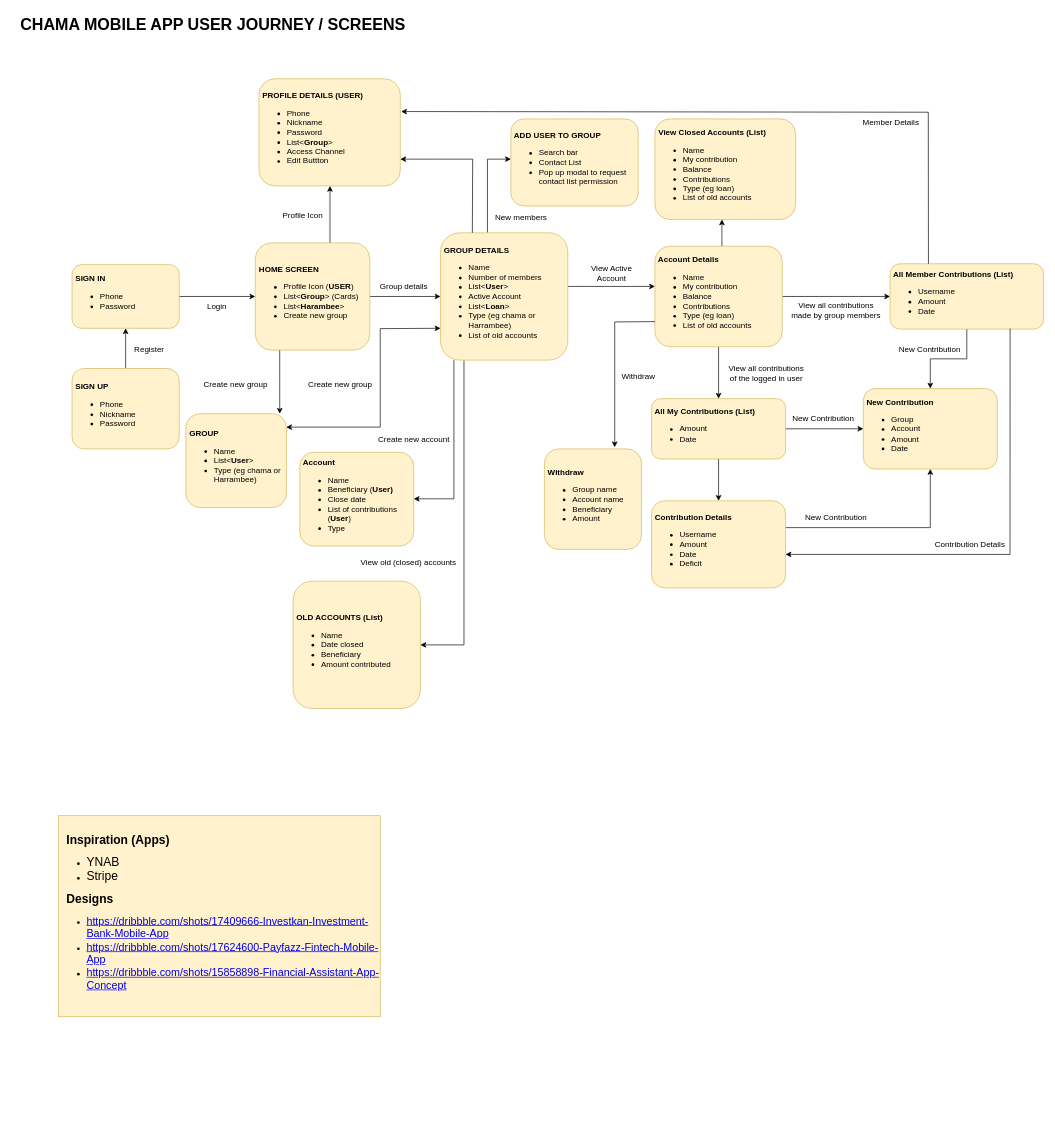
The draw.io diagram chama-design.drawio in kotikoB/kotikoB, before the edit. Source tidied: cells renumbered, new cells numbered last; positions are measured from the earlier drawing's top-left corner, leaving out a move shared by most shapes. Both pictures are drawn from the tidied source at 67%, with x=0, y=0 at pixel (11, 11).
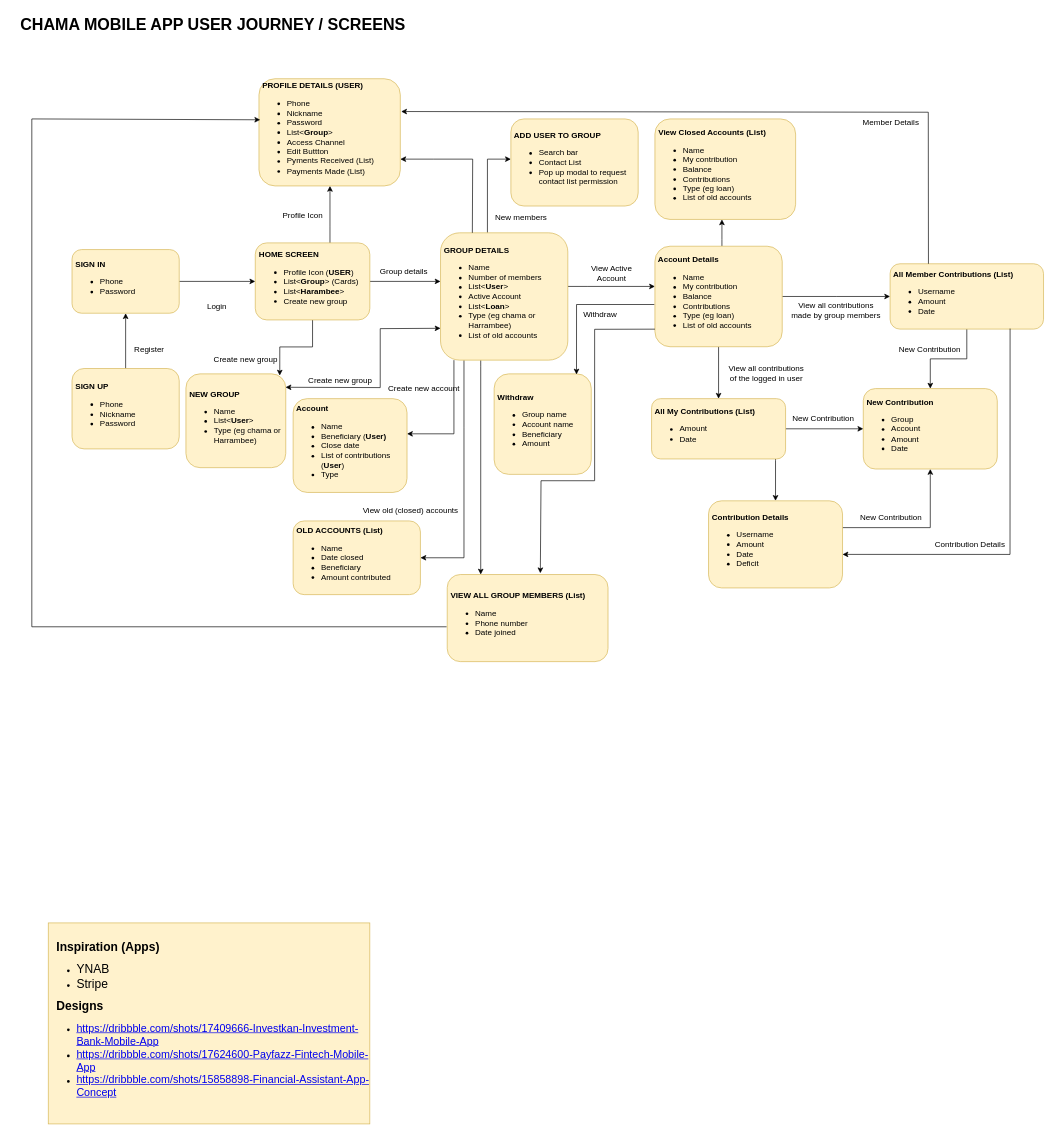
The same diagram, later.

Unchanged cells that the change refers to:
```xml
<mxCell id="15" value="&lt;b&gt;&lt;span style=&quot;white-space: pre;&quot;&gt; &lt;/span&gt;GROUP DETAILS&lt;/b&gt;&lt;br&gt;&lt;ul&gt;&lt;li&gt;Name&lt;br&gt;&lt;/li&gt;&lt;li&gt;Number of members&lt;/li&gt;&lt;li&gt;List&amp;lt;&lt;b&gt;User&lt;/b&gt;&amp;gt;&amp;nbsp;&lt;br&gt;&lt;/li&gt;&lt;li&gt;Active Account&lt;br&gt;&lt;/li&gt;&lt;li&gt;List&amp;lt;&lt;b&gt;Loan&lt;/b&gt;&amp;gt;&lt;br&gt;&lt;/li&gt;&lt;li&gt;Type (eg chama or Harrambee)&lt;br&gt;&lt;/li&gt;&lt;li&gt;List of old accounts&lt;/li&gt;&lt;/ul&gt;" style="whiteSpace=wrap;html=1;align=left;rounded=1;fillColor=#fff2cc;strokeColor=#d6b656;" parent="1" vertex="1">
  <mxGeometry x="640" y="330" width="190" height="190" as="geometry" />
</mxCell>
<mxCell id="30" value="&lt;b&gt;&lt;span style=&quot;white-space: pre;&quot;&gt; Account Details&lt;/span&gt;&lt;/b&gt;&lt;br&gt;&lt;ul&gt;&lt;li&gt;Name&lt;br&gt;&lt;/li&gt;&lt;li&gt;My contribution&lt;/li&gt;&lt;li&gt;Balance&lt;/li&gt;&lt;li&gt;Contributions&amp;nbsp;&lt;/li&gt;&lt;li&gt;Type (eg loan)&lt;br&gt;&lt;/li&gt;&lt;li&gt;List of old accounts&lt;/li&gt;&lt;/ul&gt;" style="whiteSpace=wrap;html=1;align=left;rounded=1;fillColor=#fff2cc;strokeColor=#d6b656;" parent="1" vertex="1">
  <mxGeometry x="960" y="350" width="190" height="150" as="geometry" />
</mxCell>
<mxCell id="38" value="&lt;span style=&quot;&quot;&gt;&lt;b&gt; &lt;span style=&quot;white-space: pre;&quot;&gt; &lt;/span&gt;All My Contributions (List)&lt;br&gt;&lt;/b&gt;&lt;/span&gt;&lt;ul&gt;&lt;li&gt;Amount&lt;/li&gt;&lt;li&gt;Date&lt;/li&gt;&lt;/ul&gt;" style="whiteSpace=wrap;html=1;align=left;rounded=1;fillColor=#fff2cc;strokeColor=#d6b656;" parent="1" vertex="1">
  <mxGeometry x="955" y="577.5" width="200" height="90" as="geometry" />
</mxCell>
```

The edit, as a diff of the source:
```diff
@@
     <mxCell id="4" value="&lt;blockquote style=&quot;margin: 0 0 0 40px; border: none; padding: 0px;&quot;&gt;&lt;/blockquote&gt;&lt;blockquote style=&quot;margin: 0 0 0 40px; border: none; padding: 0px;&quot;&gt;&lt;/blockquote&gt;&lt;b&gt;&lt;span style=&quot;white-space: pre;&quot;&gt; SIGN IN&lt;/span&gt;&lt;br&gt;&lt;/b&gt;&lt;ul&gt;&lt;li&gt;Phone&lt;br&gt;&lt;/li&gt;&lt;li&gt;Password&lt;/li&gt;&lt;/ul&gt;&lt;blockquote style=&quot;margin: 0 0 0 40px; border: none; padding: 0px;&quot;&gt;&lt;/blockquote&gt;&lt;blockquote style=&quot;margin: 0 0 0 40px; border: none; padding: 0px;&quot;&gt;&lt;/blockquote&gt;&lt;blockquote style=&quot;margin: 0 0 0 40px; border: none; padding: 0px;&quot;&gt;&lt;/blockquote&gt;&lt;blockquote style=&quot;margin: 0 0 0 40px; border: none; padding: 0px;&quot;&gt;&lt;/blockquote&gt;" style="rounded=1;whiteSpace=wrap;html=1;align=left;fillColor=#fff2cc;strokeColor=#d6b656;" parent="1" vertex="1">
-      <mxGeometry x="90" y="377.5" width="160" height="95" as="geometry" />
+      <mxGeometry x="90" y="355" width="160" height="95" as="geometry" />
     </mxCell>
     <mxCell id="5" style="edgeStyle=orthogonalEdgeStyle;rounded=0;jettySize=auto;html=1;fontSize=18;" parent="1" edge="1" source="8" target="15">
-      <mxGeometry relative="1" as="geometry" />
+      <mxGeometry relative="1" as="geometry">
+        <Array as="points">
+          <mxPoint x="640" y="410" />
+          <mxPoint x="640" y="410" />
+        </Array>
+      </mxGeometry>
     </mxCell>
-    <mxCell id="6" style="edgeStyle=orthogonalEdgeStyle;rounded=0;jettySize=auto;html=1;fontSize=18;" parent="1" edge="1" source="8" target="17">
-      <mxGeometry relative="1" as="geometry">
-        <Array as="points">
-          <mxPoint x="400" y="550" />
-          <mxPoint x="400" y="550" />
-        </Array>
-      </mxGeometry>
+    <mxCell id="6" style="edgeStyle=orthogonalEdgeStyle;rounded=0;jettySize=auto;html=1;fontSize=18;entryX=0.94;entryY=0.018;entryDx=0;entryDy=0;entryPerimeter=0;" parent="1" edge="1" source="8" target="17">
+      <mxGeometry relative="1" as="geometry" />
     </mxCell>
@@
     <mxCell id="8" value="&lt;b&gt;&lt;span style=&quot;white-space: pre;&quot;&gt; &lt;/span&gt;HOME SCREEN&lt;/b&gt;&lt;br&gt;&lt;ul&gt;&lt;li&gt;Profile Icon (&lt;b&gt;USER&lt;/b&gt;)&lt;br&gt;&lt;/li&gt;&lt;li&gt;List&amp;lt;&lt;b&gt;Group&lt;/b&gt;&amp;gt; (Cards)&lt;br&gt;&lt;/li&gt;&lt;li&gt;List&amp;lt;&lt;b&gt;Harambee&lt;/b&gt;&amp;gt;&lt;br&gt;&lt;/li&gt;&lt;li&gt;Create new group&lt;/li&gt;&lt;/ul&gt;" style="whiteSpace=wrap;html=1;align=left;rounded=1;fillColor=#fff2cc;strokeColor=#d6b656;" parent="1" vertex="1">
-      <mxGeometry x="363.5" y="345" width="171" height="160" as="geometry" />
+      <mxGeometry x="363.5" y="345" width="171" height="115" as="geometry" />
     </mxCell>
@@
     <mxCell id="11" style="edgeStyle=orthogonalEdgeStyle;rounded=0;jettySize=auto;html=1;fontSize=18;" parent="1" edge="1" source="15" target="19">
       <mxGeometry relative="1" as="geometry">
         <Array as="points">
-          <mxPoint x="660" y="727" />
+          <mxPoint x="660" y="630" />
         </Array>
       </mxGeometry>
     </mxCell>
@@
+    <mxCell id="59" style="edgeStyle=orthogonalEdgeStyle;rounded=0;jettySize=auto;html=1;fontSize=18;" parent="1" edge="1" source="15" target="60">
+      <mxGeometry relative="1" as="geometry">
+        <Array as="points">
+          <mxPoint x="700" y="530" />
+          <mxPoint x="700" y="530" />
+        </Array>
+      </mxGeometry>
+    </mxCell>
@@
     <mxCell id="16" value="Group details" style="text;html=1;align=center;verticalAlign=middle;fillColor=none;strokeColor=none;rounded=0;" parent="1" vertex="1">
-      <mxGeometry x="540" y="394.5" width="90" height="30" as="geometry" />
+      <mxGeometry x="540" y="373" width="90" height="30" as="geometry" />
     </mxCell>
-    <mxCell id="17" value="&lt;b&gt;&lt;span style=&quot;white-space: pre;&quot;&gt; &lt;/span&gt;GROUP&lt;/b&gt;&lt;br&gt;&lt;ul&gt;&lt;li&gt;Name&lt;br&gt;&lt;/li&gt;&lt;li&gt;List&amp;lt;&lt;b&gt;User&lt;/b&gt;&amp;gt;&amp;nbsp;&lt;/li&gt;&lt;li&gt;Type (eg chama or Harrambee)&lt;br&gt;&lt;/li&gt;&lt;/ul&gt;" style="whiteSpace=wrap;html=1;align=left;rounded=1;fillColor=#fff2cc;strokeColor=#d6b656;" parent="1" vertex="1">
-      <mxGeometry x="260" y="600" width="150" height="140" as="geometry" />
+    <mxCell id="17" value="&lt;b&gt;&lt;span style=&quot;white-space: pre;&quot;&gt; NEW &lt;/span&gt;GROUP&lt;/b&gt;&lt;br&gt;&lt;ul&gt;&lt;li&gt;Name&lt;br&gt;&lt;/li&gt;&lt;li&gt;List&amp;lt;&lt;b&gt;User&lt;/b&gt;&amp;gt;&amp;nbsp;&lt;/li&gt;&lt;li&gt;Type (eg chama or Harrambee)&lt;br&gt;&lt;/li&gt;&lt;/ul&gt;" style="whiteSpace=wrap;html=1;align=left;rounded=1;fillColor=#fff2cc;strokeColor=#d6b656;" parent="1" vertex="1">
+      <mxGeometry x="260" y="540.5" width="149" height="140" as="geometry" />
     </mxCell>
     <mxCell id="18" value="Create new group" style="text;html=1;align=center;verticalAlign=middle;fillColor=none;strokeColor=none;rounded=0;" parent="1" vertex="1">
-      <mxGeometry x="430" y="540.5" width="120" height="30" as="geometry" />
+      <mxGeometry x="430" y="534.5" width="120" height="30" as="geometry" />
     </mxCell>
     <mxCell id="19" value="&lt;b&gt;&lt;span style=&quot;white-space: pre;&quot;&gt; Account&lt;/span&gt;&lt;/b&gt;&lt;br&gt;&lt;ul&gt;&lt;li&gt;Name&lt;br&gt;&lt;/li&gt;&lt;li&gt;Beneficiary (&lt;b&gt;User)&lt;/b&gt;&amp;nbsp;&lt;/li&gt;&lt;li&gt;Close date&lt;/li&gt;&lt;li&gt;List of contributions (&lt;b&gt;User&lt;/b&gt;)&lt;/li&gt;&lt;li&gt;Type&lt;/li&gt;&lt;/ul&gt;" style="whiteSpace=wrap;html=1;align=left;rounded=1;fillColor=#fff2cc;strokeColor=#d6b656;" parent="1" vertex="1">
-      <mxGeometry x="430" y="657.5" width="170" height="140" as="geometry" />
+      <mxGeometry x="420" y="577.5" width="170" height="140" as="geometry" />
     </mxCell>
     <mxCell id="20" value="Create new account" style="text;html=1;align=center;verticalAlign=middle;fillColor=none;strokeColor=none;rounded=0;" parent="1" vertex="1">
-      <mxGeometry x="534.5" y="622.5" width="130" height="30" as="geometry" />
+      <mxGeometry x="550" y="547.5" width="130" height="30" as="geometry" />
     </mxCell>
@@
-    <mxCell id="25" value="&lt;blockquote style=&quot;margin: 0 0 0 40px; border: none; padding: 0px;&quot;&gt;&lt;/blockquote&gt;&lt;blockquote style=&quot;margin: 0 0 0 40px; border: none; padding: 0px;&quot;&gt;&lt;/blockquote&gt;&lt;b&gt;&lt;span style=&quot;white-space: pre;&quot;&gt; PROFILE DETAILS (USER)&lt;/span&gt;&lt;br&gt;&lt;/b&gt;&lt;ul&gt;&lt;li&gt;Phone&lt;br&gt;&lt;/li&gt;&lt;li&gt;Nickname&lt;br&gt;&lt;/li&gt;&lt;li&gt;Password&lt;/li&gt;&lt;li&gt;List&amp;lt;&lt;b&gt;Group&lt;/b&gt;&amp;gt;&lt;br&gt;&lt;/li&gt;&lt;li&gt;Access Channel&lt;br&gt;&lt;/li&gt;&lt;li&gt;Edit Buttton&lt;/li&gt;&lt;/ul&gt;&lt;blockquote style=&quot;margin: 0 0 0 40px; border: none; padding: 0px;&quot;&gt;&lt;/blockquote&gt;&lt;blockquote style=&quot;margin: 0 0 0 40px; border: none; padding: 0px;&quot;&gt;&lt;/blockquote&gt;&lt;blockquote style=&quot;margin: 0 0 0 40px; border: none; padding: 0px;&quot;&gt;&lt;/blockquote&gt;&lt;blockquote style=&quot;margin: 0 0 0 40px; border: none; padding: 0px;&quot;&gt;&lt;/blockquote&gt;" style="rounded=1;whiteSpace=wrap;html=1;align=left;fillColor=#fff2cc;strokeColor=#d6b656;" parent="1" vertex="1">
+    <mxCell id="25" value="&lt;blockquote style=&quot;margin: 0 0 0 40px; border: none; padding: 0px;&quot;&gt;&lt;/blockquote&gt;&lt;blockquote style=&quot;margin: 0 0 0 40px; border: none; padding: 0px;&quot;&gt;&lt;/blockquote&gt;&lt;b&gt;&lt;span style=&quot;white-space: pre;&quot;&gt; PROFILE DETAILS (USER)&lt;/span&gt;&lt;br&gt;&lt;/b&gt;&lt;ul&gt;&lt;li&gt;Phone&lt;br&gt;&lt;/li&gt;&lt;li&gt;Nickname&lt;br&gt;&lt;/li&gt;&lt;li&gt;Password&lt;/li&gt;&lt;li&gt;List&amp;lt;&lt;b&gt;Group&lt;/b&gt;&amp;gt;&lt;br&gt;&lt;/li&gt;&lt;li&gt;Access Channel&lt;br&gt;&lt;/li&gt;&lt;li&gt;Edit Buttton&lt;/li&gt;&lt;li&gt;Pyments Received (List)&lt;/li&gt;&lt;li&gt;Payments Made (List)&lt;/li&gt;&lt;/ul&gt;&lt;blockquote style=&quot;margin: 0 0 0 40px; border: none; padding: 0px;&quot;&gt;&lt;/blockquote&gt;&lt;blockquote style=&quot;margin: 0 0 0 40px; border: none; padding: 0px;&quot;&gt;&lt;/blockquote&gt;&lt;blockquote style=&quot;margin: 0 0 0 40px; border: none; padding: 0px;&quot;&gt;&lt;/blockquote&gt;&lt;blockquote style=&quot;margin: 0 0 0 40px; border: none; padding: 0px;&quot;&gt;&lt;/blockquote&gt;" style="rounded=1;whiteSpace=wrap;html=1;align=left;fillColor=#fff2cc;strokeColor=#d6b656;" parent="1" vertex="1">
       <mxGeometry x="369" y="100" width="211" height="160" as="geometry" />
     </mxCell>
@@
     <mxCell id="31" style="endArrow=classic;startArrow=classic;html=1;rounded=0;fontSize=18;entryX=0;entryY=0.75;entryDx=0;entryDy=0;exitX=0.998;exitY=0.143;exitDx=0;exitDy=0;exitPerimeter=0;" parent="1" edge="1" source="17" target="15">
       <mxGeometry relative="1" as="geometry">
         <Array as="points">
-          <mxPoint x="550" y="620" />
+          <mxPoint x="550" y="561" />
           <mxPoint x="550" y="473" />
         </Array>
       </mxGeometry>
     </mxCell>
@@
     <mxCell id="36" style="edgeStyle=orthogonalEdgeStyle;rounded=0;jettySize=auto;html=1;fontSize=18;" parent="1" edge="1" source="38" target="40">
-      <mxGeometry relative="1" as="geometry" />
+      <mxGeometry relative="1" as="geometry">
+        <Array as="points">
+          <mxPoint x="1140" y="670" />
+          <mxPoint x="1140" y="670" />
+        </Array>
+      </mxGeometry>
     </mxCell>
@@
     <mxCell id="40" value="&lt;span style=&quot;&quot;&gt;&lt;b&gt; &lt;span style=&quot;white-space: pre;&quot;&gt; Contribution Details&lt;/span&gt;&lt;br&gt;&lt;/b&gt;&lt;/span&gt;&lt;ul&gt;&lt;li&gt;Username&lt;/li&gt;&lt;li&gt;Amount&lt;/li&gt;&lt;li&gt;Date&lt;/li&gt;&lt;li&gt;Deficit&lt;/li&gt;&lt;/ul&gt;" style="whiteSpace=wrap;html=1;align=left;rounded=1;fillColor=#fff2cc;strokeColor=#d6b656;" parent="1" vertex="1">
-      <mxGeometry x="955" y="730" width="200" height="130" as="geometry" />
+      <mxGeometry x="1040" y="730" width="200" height="130" as="geometry" />
     </mxCell>
@@
     <mxCell id="42" value="New Contribution" style="text;html=1;align=center;verticalAlign=middle;fillColor=none;strokeColor=none;rounded=0;" parent="1" vertex="1">
-      <mxGeometry x="1170" y="740" width="120" height="30" as="geometry" />
+      <mxGeometry x="1252" y="740" width="120" height="30" as="geometry" />
     </mxCell>
@@
     <mxCell id="52" value="&lt;span style=&quot;&quot;&gt;&lt;b&gt;&lt;font style=&quot;font-size: 18px;&quot;&gt;&lt;span style=&quot;&quot;&gt;&amp;nbsp; Inspiration (Apps)&lt;/span&gt;&lt;br&gt;&lt;/font&gt;&lt;/b&gt;&lt;/span&gt;&lt;ul&gt;&lt;li&gt;&lt;font style=&quot;font-size: 18px;&quot;&gt;YNAB&lt;/font&gt;&lt;/li&gt;&lt;li&gt;&lt;font style=&quot;font-size: 18px;&quot;&gt;Stripe&lt;/font&gt;&lt;/li&gt;&lt;/ul&gt;&lt;div&gt;&lt;font style=&quot;font-size: 18px;&quot;&gt;&amp;nbsp; &lt;b&gt;Designs&lt;/b&gt;&lt;/font&gt;&lt;/div&gt;&lt;div&gt;&lt;ul&gt;&lt;li&gt;&lt;a href=&quot;https://dribbble.com/shots/17409666-Investkan-Investment-Bank-Mobile-App&quot;&gt;&lt;font size=&quot;3&quot;&gt;https://dribbble.com/shots/17409666-Investkan-Investment-Bank-Mobile-App&lt;/font&gt;&lt;/a&gt;&lt;br&gt;&lt;/li&gt;&lt;li&gt;&lt;font size=&quot;3&quot;&gt;&lt;a href=&quot;https://dribbble.com/shots/17624600-Payfazz-Fintech-Mobile-App&quot;&gt;https://dribbble.com/shots/17624600-Payfazz-Fintech-Mobile-App&lt;/a&gt;&lt;/font&gt;&lt;br&gt;&lt;/li&gt;&lt;li&gt;&lt;a href=&quot;https://dribbble.com/shots/15858898-Financial-Assistant-App-Concept&quot;&gt;&lt;font size=&quot;3&quot;&gt;https://dribbble.com/shots/15858898-Financial-Assistant-App-Concept&lt;/font&gt;&lt;/a&gt;&lt;br&gt;&lt;/li&gt;&lt;/ul&gt;&lt;/div&gt;" style="whiteSpace=wrap;html=1;align=left;rounded=1;fillColor=#fff2cc;strokeColor=#d6b656;arcSize=0;" parent="1" vertex="1">
-      <mxGeometry x="70" y="1200" width="480" height="300" as="geometry" />
+      <mxGeometry x="54.5" y="1360" width="480" height="300" as="geometry" />
     </mxCell>
     <mxCell id="53" value="&lt;b&gt;&lt;span style=&quot;white-space: pre;&quot;&gt; Withdraw&lt;/span&gt;&lt;/b&gt;&lt;br&gt;&lt;ul&gt;&lt;li&gt;Group name&lt;/li&gt;&lt;li&gt;Account name&lt;/li&gt;&lt;li&gt;Beneficiary&lt;/li&gt;&lt;li&gt;Amount&lt;/li&gt;&lt;/ul&gt;" style="whiteSpace=wrap;html=1;align=left;rounded=1;fillColor=#fff2cc;strokeColor=#d6b656;" parent="1" vertex="1">
-      <mxGeometry x="795" y="652.5" width="145" height="150" as="geometry" />
+      <mxGeometry x="720" y="540.5" width="145" height="150" as="geometry" />
     </mxCell>
-    <mxCell id="54" style="endArrow=classic;html=1;rounded=0;fontSize=24;exitX=0;exitY=0.75;exitDx=0;exitDy=0;" parent="1" edge="1" source="30">
+    <mxCell id="54" style="endArrow=classic;html=1;rounded=0;fontSize=24;entryX=0.848;entryY=0.006;entryDx=0;entryDy=0;entryPerimeter=0;exitX=-0.005;exitY=0.58;exitDx=0;exitDy=0;exitPerimeter=0;" parent="1" edge="1" source="30" target="53">
       <mxGeometry relative="1" as="geometry">
-        <mxPoint x="900" y="650" as="targetPoint" />
         <Array as="points">
-          <mxPoint x="900" y="463" />
+          <mxPoint x="843" y="437" />
         </Array>
       </mxGeometry>
     </mxCell>
     <mxCell id="55" value="Withdraw" style="text;html=1;align=center;verticalAlign=middle;fillColor=none;strokeColor=none;rounded=0;" parent="1" vertex="1">
-      <mxGeometry x="900" y="529" width="70" height="30" as="geometry" />
+      <mxGeometry x="843" y="437" width="70" height="30" as="geometry" />
     </mxCell>
     <mxCell id="56" value="Create new group" style="text;html=1;align=center;verticalAlign=middle;fillColor=none;strokeColor=none;rounded=0;" parent="1" vertex="1">
-      <mxGeometry x="274" y="540.5" width="120" height="30" as="geometry" />
+      <mxGeometry x="289" y="505" width="120" height="30" as="geometry" />
     </mxCell>
     <mxCell id="57" value="&lt;b&gt;&lt;span style=&quot;white-space: pre;&quot;&gt; OLD ACCOUNTS (List)&lt;/span&gt;&lt;/b&gt;&lt;br&gt;&lt;ul&gt;&lt;li&gt;Name&lt;br&gt;&lt;/li&gt;&lt;li&gt;Date closed&lt;/li&gt;&lt;li&gt;Beneficiary&lt;/li&gt;&lt;li&gt;Amount contributed&lt;/li&gt;&lt;/ul&gt;" style="whiteSpace=wrap;html=1;align=left;rounded=1;fillColor=#fff2cc;strokeColor=#d6b656;" parent="1" vertex="1">
-      <mxGeometry x="420" y="850" width="190" height="190" as="geometry" />
+      <mxGeometry x="420" y="760" width="190" height="110" as="geometry" />
     </mxCell>
     <mxCell id="58" value="View old (closed) accounts" style="text;html=1;align=center;verticalAlign=middle;fillColor=none;strokeColor=none;rounded=0;" parent="1" vertex="1">
-      <mxGeometry x="507" y="807.5" width="170" height="30" as="geometry" />
+      <mxGeometry x="510" y="730" width="170" height="30" as="geometry" />
     </mxCell>
+    <mxCell id="60" value="&lt;b&gt;&lt;span style=&quot;white-space: pre;&quot;&gt; VIEW ALL GROUP MEMBERS (List)&lt;/span&gt;&lt;/b&gt;&lt;br&gt;&lt;ul&gt;&lt;li&gt;Name&lt;br&gt;&lt;/li&gt;&lt;li&gt;Phone number&lt;/li&gt;&lt;li&gt;Date joined&lt;/li&gt;&lt;/ul&gt;" style="whiteSpace=wrap;html=1;align=left;rounded=1;fillColor=#fff2cc;strokeColor=#d6b656;" parent="1" vertex="1">
+      <mxGeometry x="650" y="840" width="240" height="130" as="geometry" />
+    </mxCell>
+    <mxCell id="61" style="endArrow=classic;html=1;rounded=0;fontSize=18;entryX=0.009;entryY=0.383;entryDx=0;entryDy=0;entryPerimeter=0;exitX=-0.004;exitY=0.6;exitDx=0;exitDy=0;exitPerimeter=0;" parent="1" edge="1" source="60" target="25">
+      <mxGeometry relative="1" as="geometry">
+        <Array as="points">
+          <mxPoint x="30" y="918" />
+          <mxPoint x="30" y="160" />
+        </Array>
+      </mxGeometry>
+    </mxCell>
+    <mxCell id="62" style="endArrow=classic;html=1;rounded=0;fontSize=18;entryX=0.579;entryY=-0.015;entryDx=0;entryDy=0;entryPerimeter=0;" parent="1" edge="1" target="60">
+      <mxGeometry relative="1" as="geometry">
+        <mxPoint x="960" y="473.8" as="sourcePoint" />
+        <Array as="points">
+          <mxPoint x="870" y="474" />
+          <mxPoint x="870" y="700" />
+          <mxPoint x="790" y="700" />
+        </Array>
+      </mxGeometry>
+    </mxCell>
```
